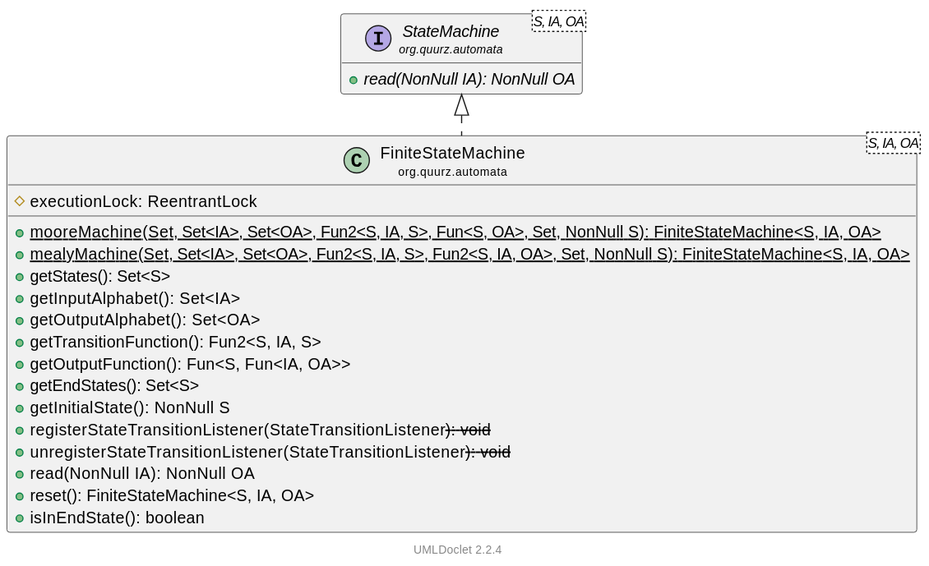
This is docs/public/api/automata/foomp.automata/org/quurz/automata/FiniteStateMachine.svg from Quurz/Automata, a PlantUML export, as it was before one commit.
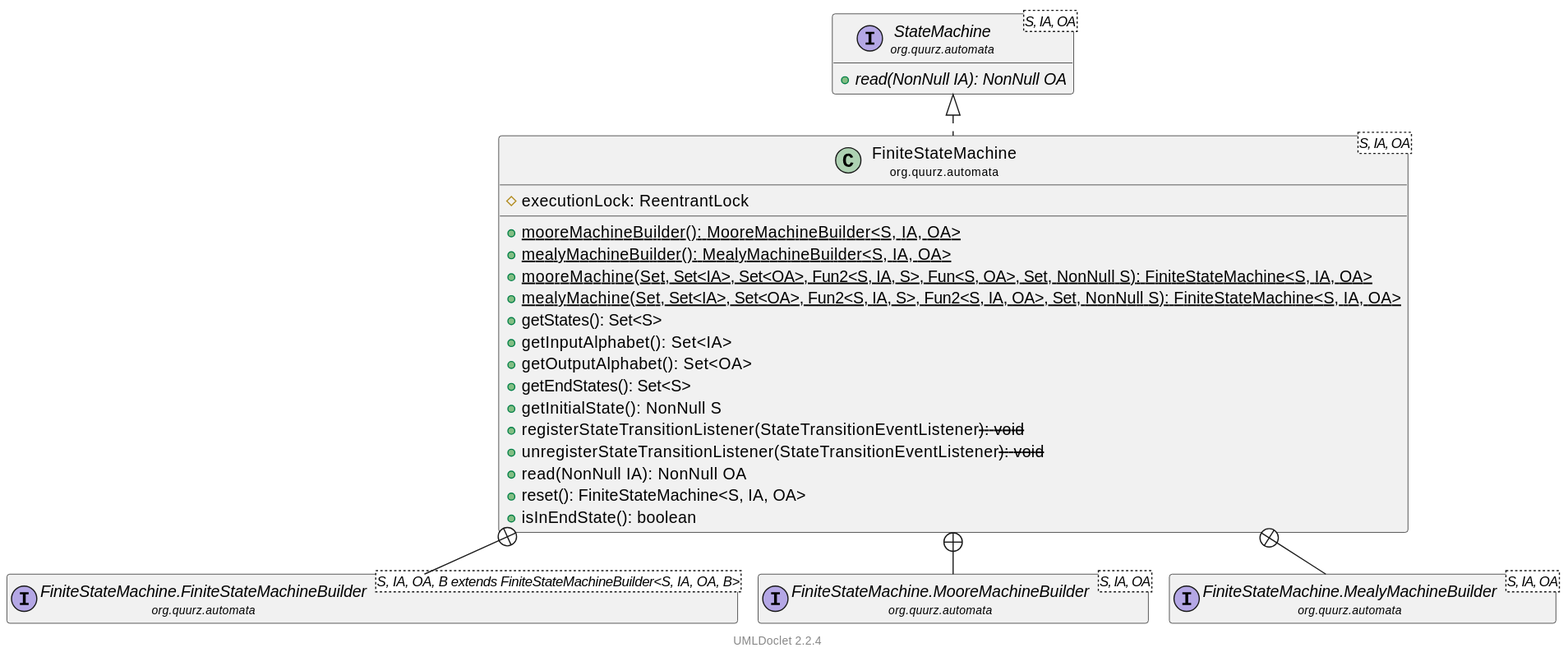
Above is the later version.

Diff of the diagram source:
```diff
@@ -9,17 +9,17 @@
 
     class "<size:14>FiniteStateMachine\n<size:10>org.quurz.automata" as org.quurz.automata.FiniteStateMachine<S, IA, OA> [[FiniteStateMachine.html]] {
         #executionLock: ReentrantLock
+        {static} +mooreMachineBuilder(): MooreMachineBuilder<S, IA, OA>
+        {static} +mealyMachineBuilder(): MealyMachineBuilder<S, IA, OA>
         {static} +mooreMachine(Set<S>, Set<IA>, Set<OA>, Fun2<S, IA, S>, Fun<S, OA>, Set<S>, NonNull S): FiniteStateMachine<S, IA, OA>
         {static} +mealyMachine(Set<S>, Set<IA>, Set<OA>, Fun2<S, IA, S>, Fun2<S, IA, OA>, Set<S>, NonNull S): FiniteStateMachine<S, IA, OA>
         +getStates(): Set<S>
         +getInputAlphabet(): Set<IA>
         +getOutputAlphabet(): Set<OA>
-        +getTransitionFunction(): Fun2<S, IA, S>
-        +getOutputFunction(): Fun<S, Fun<IA, OA>>
         +getEndStates(): Set<S>
         +getInitialState(): NonNull S
-        +registerStateTransitionListener(StateTransitionListener<S>): void
-        +unregisterStateTransitionListener(StateTransitionListener<S>): void
+        +registerStateTransitionListener(StateTransitionEventListener<S>): void
+        +unregisterStateTransitionListener(StateTransitionEventListener<S>): void
         +read(NonNull IA): NonNull OA
         +reset(): FiniteStateMachine<S, IA, OA>
         +isInEndState(): boolean
@@ -28,8 +28,14 @@
     interface "<size:14>StateMachine\n<size:10>org.quurz.automata" as org.quurz.automata.StateMachine<S, IA, OA> [[StateMachine.html]] {
         {abstract} +read(NonNull IA): NonNull OA
     }
+    interface "<size:14>FiniteStateMachine.FiniteStateMachineBuilder\n<size:10>org.quurz.automata" as org.quurz.automata.FiniteStateMachine.FiniteStateMachineBuilder<S, IA, OA, B extends FiniteStateMachineBuilder<S, IA, OA, B>> [[FiniteStateMachine.FiniteStateMachineBuilder.html]]
+    interface "<size:14>FiniteStateMachine.MooreMachineBuilder\n<size:10>org.quurz.automata" as org.quurz.automata.FiniteStateMachine.MooreMachineBuilder<S, IA, OA> [[FiniteStateMachine.MooreMachineBuilder.html]]
+    interface "<size:14>FiniteStateMachine.MealyMachineBuilder\n<size:10>org.quurz.automata" as org.quurz.automata.FiniteStateMachine.MealyMachineBuilder<S, IA, OA> [[FiniteStateMachine.MealyMachineBuilder.html]]
 
     org.quurz.automata.StateMachine <|.. org.quurz.automata.FiniteStateMachine
+    org.quurz.automata.FiniteStateMachine +-- org.quurz.automata.FiniteStateMachine.FiniteStateMachineBuilder
+    org.quurz.automata.FiniteStateMachine +-- org.quurz.automata.FiniteStateMachine.MooreMachineBuilder
+    org.quurz.automata.FiniteStateMachine +-- org.quurz.automata.FiniteStateMachine.MealyMachineBuilder
 
     <style>
         footer {
```
